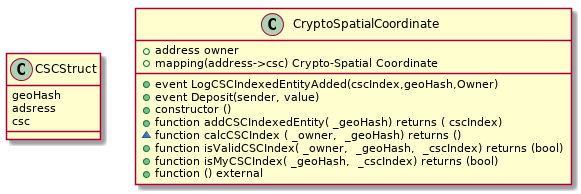
Above: docs/diagrams/exports/class-contracts/class-contracts.png in enlight-me/decentralized-land-admin (PlantUML), before the change. The source it was exported from:
```plantuml
@startuml

class CSCStruct {
    geoHash
    adsress
    csc
}

class CryptoSpatialCoordinate   {

    +address owner
    {field}+mapping(address->csc) Crypto-Spatial Coordinate
    +event LogCSCIndexedEntityAdded(cscIndex,geoHash,Owner)
    +event Deposit(sender, value)
    +constructor ()
    +function addCSCIndexedEntity( _geoHash) returns ( cscIndex)
    ~function calcCSCIndex ( _owner,  _geoHash) returns ()
    +function isValidCSCIndex( _owner,  _geoHash,  _cscIndex) returns (bool)
    +function isMyCSCIndex( _geoHash,  _cscIndex) returns (bool)
    +function () external
}

@enduml
```
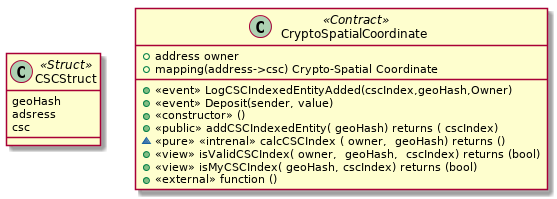
The same diagram one commit later.

Change to the diagram source:
```diff
@@ -1,23 +1,23 @@
 @startuml
 
-class CSCStruct {
+class CSCStruct <<Struct >> {
     geoHash
     adsress
     csc
 }
 
-class CryptoSpatialCoordinate   {
+class CryptoSpatialCoordinate   <<Contract>> {
 
     +address owner
     {field}+mapping(address->csc) Crypto-Spatial Coordinate
-    +event LogCSCIndexedEntityAdded(cscIndex,geoHash,Owner)
-    +event Deposit(sender, value)
-    +constructor ()
-    +function addCSCIndexedEntity( _geoHash) returns ( cscIndex)
-    ~function calcCSCIndex ( _owner,  _geoHash) returns ()
-    +function isValidCSCIndex( _owner,  _geoHash,  _cscIndex) returns (bool)
-    +function isMyCSCIndex( _geoHash,  _cscIndex) returns (bool)
-    +function () external
+    +<<event>> LogCSCIndexedEntityAdded(cscIndex,geoHash,Owner)
+    +<<event>> Deposit(sender, value)
+    +<<constructor>> ()
+    +<<public>> addCSCIndexedEntity( geoHash) returns ( cscIndex)
+    ~<<pure>> <<intrenal>> calcCSCIndex ( owner,  geoHash) returns ()
+    +<<view>> isValidCSCIndex( owner,  geoHash,  cscIndex) returns (bool)
+    +<<view>> isMyCSCIndex( geoHash, cscIndex) returns (bool)
+    +<<external>> function ()
 }
 
 @enduml
```
